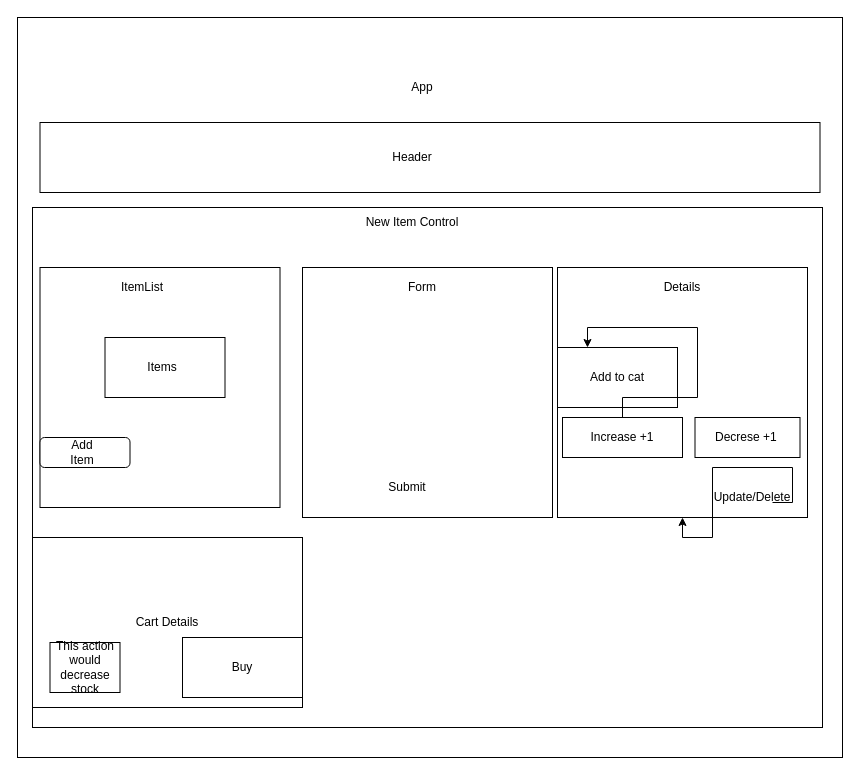
Before: Untitled Diagram.drawio in murphynd/merchshop, a draw.io diagram. Source tidied: cells renumbered, new cells numbered last; positions are measured from the earlier drawing's top-left corner, leaving out a move shared by most shapes. Both pictures are drawn from the tidied source at 100%, with x=0, y=0 at pixel (17, 17).
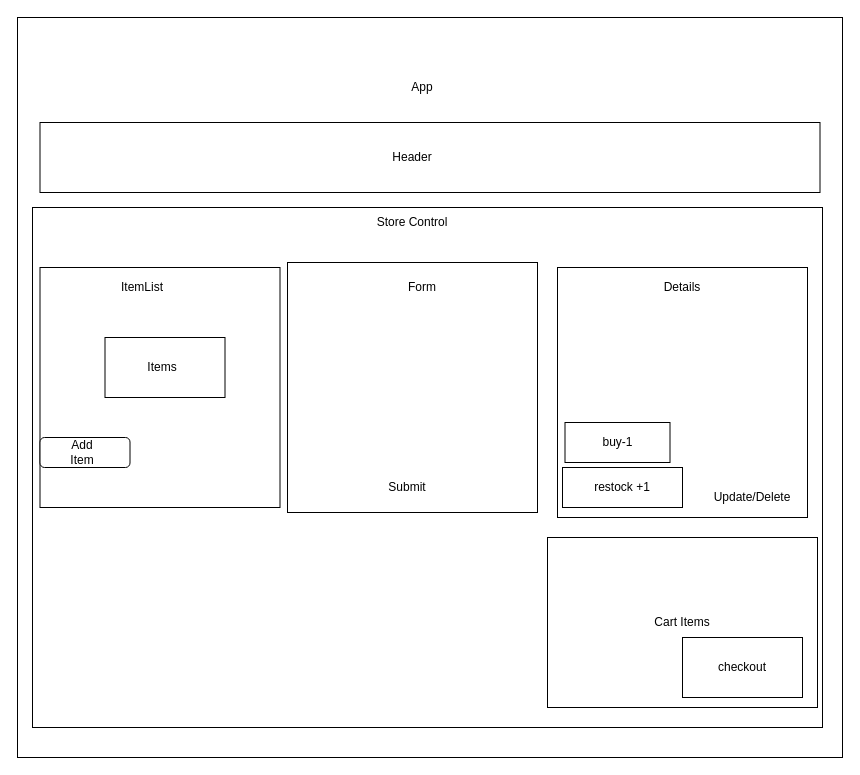
Above is the later version.

Commit message (it also covers changes not shown here):
cart build

Unchanged cells that the change refers to:
```xml
<mxCell id="9" style="whiteSpace=wrap;html=1;" parent="1" vertex="1">
  <mxGeometry x="540" y="250" width="250" height="250" as="geometry" />
</mxCell>
<mxCell id="15" value="Update/Delete" style="text;html=1;strokeColor=none;fillColor=none;align=center;verticalAlign=middle;whiteSpace=wrap;rounded=0;" parent="1" vertex="1">
  <mxGeometry x="715" y="470" width="40" height="20" as="geometry" />
</mxCell>
```

Change to the diagram source:
```diff
@@
     <mxCell id="5" style="whiteSpace=wrap;html=1;" parent="1" vertex="1">
-      <mxGeometry x="285" y="250" width="250" height="250" as="geometry" />
+      <mxGeometry x="270" y="245" width="250" height="250" as="geometry" />
     </mxCell>
@@
-    <mxCell id="14" style="edgeStyle=orthogonalEdgeStyle;rounded=0;jettySize=auto;html=1;exitX=1;exitY=0.75;exitDx=0;exitDy=0;" parent="1" edge="1" source="15" target="9">
-      <mxGeometry relative="1" as="geometry" />
-    </mxCell>
@@
-    <mxCell id="16" value="New Item Control" style="text;html=1;strokeColor=none;fillColor=none;align=center;verticalAlign=middle;whiteSpace=wrap;rounded=0;" parent="1" vertex="1">
+    <mxCell id="16" value="Store Control" style="text;html=1;strokeColor=none;fillColor=none;align=center;verticalAlign=middle;whiteSpace=wrap;rounded=0;" parent="1" vertex="1">
       <mxGeometry x="330" y="200" width="130" height="10" as="geometry" />
     </mxCell>
@@
-    <mxCell id="22" value="Add to cat" style="rounded=0;whiteSpace=wrap;html=1;" parent="1" vertex="1">
-      <mxGeometry x="540" y="330" width="120" height="60" as="geometry" />
-    </mxCell>
-    <mxCell id="23" value="Cart Details&lt;br&gt;" style="rounded=0;whiteSpace=wrap;html=1;" parent="1" vertex="1">
-      <mxGeometry x="15" y="520" width="270" height="170" as="geometry" />
+    <mxCell id="23" value="Cart Items" style="rounded=0;whiteSpace=wrap;html=1;" parent="1" vertex="1">
+      <mxGeometry x="530" y="520" width="270" height="170" as="geometry" />
     </mxCell>
-    <mxCell id="24" value="Buy" style="rounded=0;whiteSpace=wrap;html=1;" parent="1" vertex="1">
-      <mxGeometry x="165" y="620" width="120" height="60" as="geometry" />
+    <mxCell id="24" value="checkout" style="rounded=0;whiteSpace=wrap;html=1;" parent="1" vertex="1">
+      <mxGeometry x="665" y="620" width="120" height="60" as="geometry" />
     </mxCell>
-    <mxCell id="25" style="edgeStyle=orthogonalEdgeStyle;rounded=0;jettySize=auto;html=1;entryX=0.25;entryY=0;entryDx=0;entryDy=0;" parent="1" edge="1" source="26" target="22">
-      <mxGeometry relative="1" as="geometry" />
-    </mxCell>
-    <mxCell id="26" value="Increase +1" style="rounded=0;whiteSpace=wrap;html=1;" parent="1" vertex="1">
-      <mxGeometry x="545" y="400" width="120" height="40" as="geometry" />
+    <mxCell id="26" value="restock +1" style="rounded=0;whiteSpace=wrap;html=1;" parent="1" vertex="1">
+      <mxGeometry x="545" y="450" width="120" height="40" as="geometry" />
     </mxCell>
-    <mxCell id="27" value="This action would decrease stock" style="rounded=0;whiteSpace=wrap;html=1;" parent="1" vertex="1">
-      <mxGeometry x="32.5" y="625" width="70" height="50" as="geometry" />
-    </mxCell>
-    <mxCell id="28" value="Decrese +1&amp;nbsp;" style="rounded=0;whiteSpace=wrap;html=1;" parent="1" vertex="1">
-      <mxGeometry x="677.5" y="400" width="105" height="40" as="geometry" />
+    <mxCell id="28" value="buy-1" style="rounded=0;whiteSpace=wrap;html=1;" parent="1" vertex="1">
+      <mxGeometry x="547.5" y="405" width="105" height="40" as="geometry" />
     </mxCell>
```
